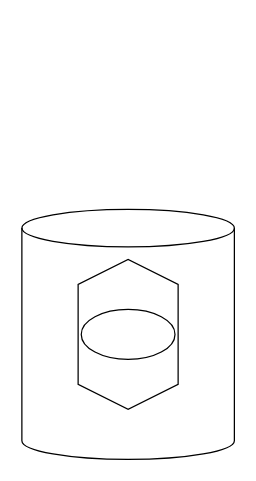
This is Untitled Diagram.drawio from AndrewN675/CSCS1240S21, a draw.io file, before an edit. Source tidied: cells renumbered, new cells numbered last; positions are measured from the earlier drawing's top-left corner, leaving out a move shared by most shapes. Both pictures are drawn from the tidied source at 125%, with x=0, y=0 at pixel (21, 209).
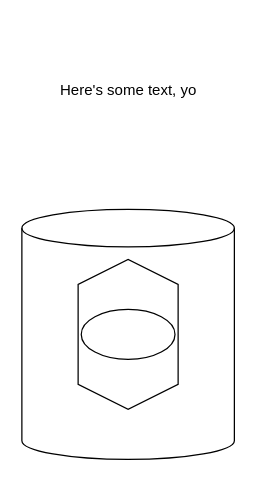
After the change.

Commit message:
Added text box

What changed in the source:
```diff
@@
 <mxGraphModel>
   <root>
     <mxCell id="0" />
     <mxCell id="1" parent="0" />
     <mxCell id="2" style="shape=cylinder3;whiteSpace=wrap;html=1;boundedLbl=1;backgroundOutline=1;size=15;" parent="1" vertex="1">
       <mxGeometry width="170" height="200" as="geometry" />
     </mxCell>
     <mxCell id="3" style="shape=hexagon;perimeter=hexagonPerimeter2;whiteSpace=wrap;html=1;fixedSize=1;rotation=90;" parent="1" vertex="1">
       <mxGeometry x="25" y="60" width="120" height="80" as="geometry" />
     </mxCell>
     <mxCell id="4" style="ellipse;whiteSpace=wrap;html=1;" parent="1" vertex="1">
       <mxGeometry x="47.5" y="80" width="75" height="40" as="geometry" />
     </mxCell>
+    <mxCell id="5" value="Here's some text, yo" style="text;html=1;strokeColor=none;fillColor=none;align=center;verticalAlign=middle;whiteSpace=wrap;rounded=0;" parent="1" vertex="1">
+      <mxGeometry x="7.5" y="-150" width="155" height="110" as="geometry" />
+    </mxCell>
   </root>
 </mxGraphModel>
```
